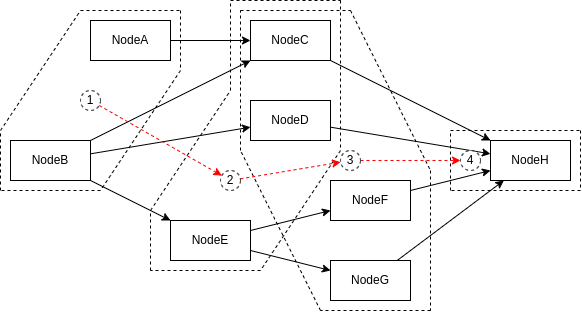
The draw.io diagram docs/images/chain-async.png in feng1st/coframework, before a commit. Source tidied: cells renumbered, new cells last; positions are measured from the earlier drawing's top-left corner, leaving out a move shared by most shapes. The source it was exported from:
```xml
<mxGraphModel>
  <root>
    <mxCell id="0" />
    <mxCell id="1" parent="0" />
    <mxCell id="2" style="edgeStyle=none;jettySize=auto;html=1;rounded=0;" parent="1" edge="1" source="35" target="37">
      <mxGeometry relative="1" as="geometry" />
    </mxCell>
    <mxCell id="3" style="edgeStyle=none;jettySize=auto;html=1;rounded=0;" parent="1" edge="1" source="36" target="37">
      <mxGeometry relative="1" as="geometry" />
    </mxCell>
    <mxCell id="4" style="edgeStyle=none;jettySize=auto;html=1;rounded=0;" parent="1" edge="1" source="36" target="38">
      <mxGeometry relative="1" as="geometry" />
    </mxCell>
    <mxCell id="5" style="edgeStyle=none;jettySize=auto;html=1;rounded=0;" parent="1" edge="1" source="36" target="39">
      <mxGeometry relative="1" as="geometry" />
    </mxCell>
    <mxCell id="6" style="edgeStyle=none;jettySize=auto;html=1;rounded=0;" parent="1" edge="1" source="39" target="41">
      <mxGeometry relative="1" as="geometry" />
    </mxCell>
    <mxCell id="7" style="edgeStyle=none;jettySize=auto;html=1;rounded=0;" parent="1" edge="1" source="37" target="42">
      <mxGeometry relative="1" as="geometry" />
    </mxCell>
    <mxCell id="8" style="edgeStyle=none;jettySize=auto;html=1;rounded=0;" parent="1" edge="1" source="38" target="42">
      <mxGeometry relative="1" as="geometry" />
    </mxCell>
    <mxCell id="9" style="edgeStyle=none;jettySize=auto;html=1;rounded=0;" parent="1" edge="1" source="40" target="42">
      <mxGeometry relative="1" as="geometry" />
    </mxCell>
    <mxCell id="10" style="edgeStyle=none;jettySize=auto;html=1;rounded=0;" parent="1" edge="1" source="41" target="42">
      <mxGeometry relative="1" as="geometry" />
    </mxCell>
    <mxCell id="11" style="endArrow=none;dashed=1;html=1;rounded=0;endFill=0;" parent="1" edge="1">
      <mxGeometry relative="1" as="geometry">
        <mxPoint y="130" as="sourcePoint" />
        <mxPoint x="80" y="10" as="targetPoint" />
      </mxGeometry>
    </mxCell>
    <mxCell id="12" style="endArrow=none;dashed=1;html=1;rounded=0;endFill=0;" parent="1" edge="1">
      <mxGeometry relative="1" as="geometry">
        <mxPoint y="190" as="sourcePoint" />
        <mxPoint y="130" as="targetPoint" />
      </mxGeometry>
    </mxCell>
    <mxCell id="13" style="endArrow=none;dashed=1;html=1;rounded=0;endFill=0;" parent="1" edge="1">
      <mxGeometry relative="1" as="geometry">
        <mxPoint x="100" y="190" as="sourcePoint" />
        <mxPoint y="190" as="targetPoint" />
      </mxGeometry>
    </mxCell>
    <mxCell id="14" style="endArrow=none;dashed=1;html=1;rounded=0;endFill=0;" parent="1" edge="1">
      <mxGeometry relative="1" as="geometry">
        <mxPoint x="180" y="70" as="sourcePoint" />
        <mxPoint x="100" y="190" as="targetPoint" />
      </mxGeometry>
    </mxCell>
    <mxCell id="15" style="endArrow=none;dashed=1;html=1;rounded=0;endFill=0;" parent="1" edge="1">
      <mxGeometry relative="1" as="geometry">
        <mxPoint x="180" y="10" as="sourcePoint" />
        <mxPoint x="180" y="70" as="targetPoint" />
      </mxGeometry>
    </mxCell>
    <mxCell id="16" style="endArrow=none;dashed=1;html=1;rounded=0;endFill=0;" parent="1" edge="1">
      <mxGeometry relative="1" as="geometry">
        <mxPoint x="80" y="10" as="sourcePoint" />
        <mxPoint x="180" y="10" as="targetPoint" />
      </mxGeometry>
    </mxCell>
    <mxCell id="17" style="endArrow=none;dashed=1;html=1;rounded=0;endFill=0;" parent="1" edge="1">
      <mxGeometry relative="1" as="geometry">
        <mxPoint x="230" y="90" as="sourcePoint" />
        <mxPoint x="230" as="targetPoint" />
      </mxGeometry>
    </mxCell>
    <mxCell id="18" style="endArrow=none;dashed=1;html=1;rounded=0;endFill=0;" parent="1" edge="1">
      <mxGeometry relative="1" as="geometry">
        <mxPoint x="150" y="270" as="sourcePoint" />
        <mxPoint x="150" y="210" as="targetPoint" />
      </mxGeometry>
    </mxCell>
    <mxCell id="19" style="endArrow=none;dashed=1;html=1;rounded=0;endFill=0;" parent="1" edge="1">
      <mxGeometry relative="1" as="geometry">
        <mxPoint x="260" y="270" as="sourcePoint" />
        <mxPoint x="150" y="270" as="targetPoint" />
      </mxGeometry>
    </mxCell>
    <mxCell id="20" style="endArrow=none;dashed=1;html=1;rounded=0;endFill=0;" parent="1" edge="1">
      <mxGeometry relative="1" as="geometry">
        <mxPoint x="340" y="150" as="sourcePoint" />
        <mxPoint x="260" y="270" as="targetPoint" />
      </mxGeometry>
    </mxCell>
    <mxCell id="21" style="endArrow=none;dashed=1;html=1;rounded=0;endFill=0;" parent="1" edge="1">
      <mxGeometry relative="1" as="geometry">
        <mxPoint x="340" as="sourcePoint" />
        <mxPoint x="340" y="150" as="targetPoint" />
      </mxGeometry>
    </mxCell>
    <mxCell id="22" style="endArrow=none;dashed=1;html=1;rounded=0;endFill=0;" parent="1" edge="1">
      <mxGeometry relative="1" as="geometry">
        <mxPoint x="230" as="sourcePoint" />
        <mxPoint x="340" as="targetPoint" />
      </mxGeometry>
    </mxCell>
    <mxCell id="23" style="endArrow=none;dashed=1;html=1;rounded=0;endFill=0;" parent="1" edge="1">
      <mxGeometry relative="1" as="geometry">
        <mxPoint x="240" y="10" as="sourcePoint" />
        <mxPoint x="350" y="10" as="targetPoint" />
      </mxGeometry>
    </mxCell>
    <mxCell id="24" style="endArrow=none;dashed=1;html=1;rounded=0;endFill=0;" parent="1" edge="1">
      <mxGeometry relative="1" as="geometry">
        <mxPoint x="240" y="150" as="sourcePoint" />
        <mxPoint x="240" y="10" as="targetPoint" />
      </mxGeometry>
    </mxCell>
    <mxCell id="25" style="endArrow=none;dashed=1;html=1;rounded=0;endFill=0;" parent="1" edge="1">
      <mxGeometry relative="1" as="geometry">
        <mxPoint x="150" y="210" as="sourcePoint" />
        <mxPoint x="230" y="90" as="targetPoint" />
      </mxGeometry>
    </mxCell>
    <mxCell id="26" style="endArrow=none;dashed=1;html=1;rounded=0;endFill=0;" parent="1" edge="1">
      <mxGeometry relative="1" as="geometry">
        <mxPoint x="430" y="310" as="sourcePoint" />
        <mxPoint x="320" y="310" as="targetPoint" />
      </mxGeometry>
    </mxCell>
    <mxCell id="27" style="endArrow=none;dashed=1;html=1;rounded=0;endFill=0;" parent="1" edge="1">
      <mxGeometry relative="1" as="geometry">
        <mxPoint x="430" y="170" as="sourcePoint" />
        <mxPoint x="430" y="310" as="targetPoint" />
      </mxGeometry>
    </mxCell>
    <mxCell id="28" style="endArrow=none;dashed=1;html=1;rounded=0;endFill=0;" parent="1" edge="1">
      <mxGeometry relative="1" as="geometry">
        <mxPoint x="320" y="310" as="sourcePoint" />
        <mxPoint x="240" y="150" as="targetPoint" />
      </mxGeometry>
    </mxCell>
    <mxCell id="29" style="endArrow=none;dashed=1;html=1;rounded=0;endFill=0;" parent="1" edge="1">
      <mxGeometry relative="1" as="geometry">
        <mxPoint x="350" y="10" as="sourcePoint" />
        <mxPoint x="430" y="170" as="targetPoint" />
      </mxGeometry>
    </mxCell>
    <mxCell id="30" style="edgeStyle=none;jettySize=auto;html=1;rounded=0;" parent="1" edge="1" source="39" target="40">
      <mxGeometry relative="1" as="geometry" />
    </mxCell>
    <mxCell id="31" style="endArrow=none;dashed=1;html=1;rounded=0;endFill=0;" parent="1" edge="1">
      <mxGeometry relative="1" as="geometry">
        <mxPoint x="450" y="130" as="sourcePoint" />
        <mxPoint x="580" y="130" as="targetPoint" />
      </mxGeometry>
    </mxCell>
    <mxCell id="32" style="endArrow=none;dashed=1;html=1;rounded=0;endFill=0;" parent="1" edge="1">
      <mxGeometry relative="1" as="geometry">
        <mxPoint x="450" y="190" as="sourcePoint" />
        <mxPoint x="450" y="130" as="targetPoint" />
      </mxGeometry>
    </mxCell>
    <mxCell id="33" style="endArrow=none;dashed=1;html=1;rounded=0;endFill=0;" parent="1" edge="1">
      <mxGeometry relative="1" as="geometry">
        <mxPoint x="580" y="190" as="sourcePoint" />
        <mxPoint x="450" y="190" as="targetPoint" />
      </mxGeometry>
    </mxCell>
    <mxCell id="34" style="endArrow=none;dashed=1;html=1;rounded=0;endFill=0;" parent="1" edge="1">
      <mxGeometry relative="1" as="geometry">
        <mxPoint x="580" y="130" as="sourcePoint" />
        <mxPoint x="580" y="190" as="targetPoint" />
      </mxGeometry>
    </mxCell>
    <mxCell id="35" value="NodeA" style="rounded=0;whiteSpace=wrap;html=1;" parent="1" vertex="1">
      <mxGeometry x="90" y="20" width="80" height="40" as="geometry" />
    </mxCell>
    <mxCell id="36" value="NodeB" style="rounded=0;whiteSpace=wrap;html=1;" parent="1" vertex="1">
      <mxGeometry x="10" y="140" width="80" height="40" as="geometry" />
    </mxCell>
    <mxCell id="37" value="NodeC" style="rounded=0;whiteSpace=wrap;html=1;" parent="1" vertex="1">
      <mxGeometry x="250" y="20" width="80" height="40" as="geometry" />
    </mxCell>
    <mxCell id="38" value="NodeD" style="rounded=0;whiteSpace=wrap;html=1;" parent="1" vertex="1">
      <mxGeometry x="250" y="100" width="80" height="40" as="geometry" />
    </mxCell>
    <mxCell id="39" value="NodeE" style="rounded=0;whiteSpace=wrap;html=1;" parent="1" vertex="1">
      <mxGeometry x="170" y="220" width="80" height="40" as="geometry" />
    </mxCell>
    <mxCell id="40" value="NodeF" style="rounded=0;whiteSpace=wrap;html=1;" parent="1" vertex="1">
      <mxGeometry x="330" y="180" width="80" height="40" as="geometry" />
    </mxCell>
    <mxCell id="41" value="NodeG" style="rounded=0;whiteSpace=wrap;html=1;" parent="1" vertex="1">
      <mxGeometry x="330" y="260" width="80" height="40" as="geometry" />
    </mxCell>
    <mxCell id="42" value="NodeH" style="rounded=0;whiteSpace=wrap;html=1;" parent="1" vertex="1">
      <mxGeometry x="490" y="140" width="80" height="40" as="geometry" />
    </mxCell>
    <mxCell id="43" style="edgeStyle=none;jettySize=auto;html=1;rounded=0;dashed=1;strokeColor=#FF0000;" parent="1" edge="1" source="46" target="47">
      <mxGeometry relative="1" as="geometry" />
    </mxCell>
    <mxCell id="44" style="edgeStyle=none;jettySize=auto;html=1;rounded=0;dashed=1;strokeColor=#FF0000;" parent="1" edge="1" source="47" target="48">
      <mxGeometry relative="1" as="geometry" />
    </mxCell>
    <mxCell id="45" style="edgeStyle=none;jettySize=auto;html=1;rounded=0;dashed=1;strokeColor=#FF0000;" parent="1" edge="1" source="48" target="49">
      <mxGeometry relative="1" as="geometry" />
    </mxCell>
    <mxCell id="46" value="1" style="ellipse;whiteSpace=wrap;html=1;dashed=1;" parent="1" vertex="1">
      <mxGeometry x="80" y="90" width="20" height="20" as="geometry" />
    </mxCell>
    <mxCell id="47" value="2" style="ellipse;whiteSpace=wrap;html=1;dashed=1;" parent="1" vertex="1">
      <mxGeometry x="220" y="170" width="20" height="20" as="geometry" />
    </mxCell>
    <mxCell id="48" value="3" style="ellipse;whiteSpace=wrap;html=1;dashed=1;" parent="1" vertex="1">
      <mxGeometry x="340" y="150" width="20" height="20" as="geometry" />
    </mxCell>
    <mxCell id="49" value="4" style="ellipse;whiteSpace=wrap;html=1;dashed=1;" parent="1" vertex="1">
      <mxGeometry x="460" y="150" width="20" height="20" as="geometry" />
    </mxCell>
  </root>
</mxGraphModel>
```
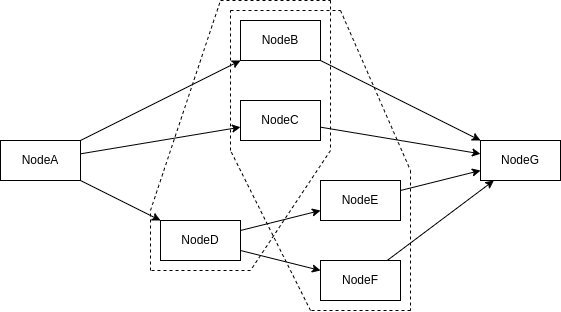
The same file after the commit.

Diff of the diagram source:
```diff
@@ -2,9 +2,6 @@
   <root>
     <mxCell id="0" />
     <mxCell id="1" parent="0" />
-    <mxCell id="2" style="edgeStyle=none;jettySize=auto;html=1;rounded=0;" parent="1" edge="1" source="35" target="37">
-      <mxGeometry relative="1" as="geometry" />
-    </mxCell>
     <mxCell id="3" style="edgeStyle=none;jettySize=auto;html=1;rounded=0;" parent="1" edge="1" source="36" target="37">
       <mxGeometry relative="1" as="geometry" />
     </mxCell>
@@ -29,58 +26,16 @@
     <mxCell id="10" style="edgeStyle=none;jettySize=auto;html=1;rounded=0;" parent="1" edge="1" source="41" target="42">
       <mxGeometry relative="1" as="geometry" />
     </mxCell>
-    <mxCell id="11" style="endArrow=none;dashed=1;html=1;rounded=0;endFill=0;" parent="1" edge="1">
-      <mxGeometry relative="1" as="geometry">
-        <mxPoint y="130" as="sourcePoint" />
-        <mxPoint x="80" y="10" as="targetPoint" />
-      </mxGeometry>
-    </mxCell>
-    <mxCell id="12" style="endArrow=none;dashed=1;html=1;rounded=0;endFill=0;" parent="1" edge="1">
-      <mxGeometry relative="1" as="geometry">
-        <mxPoint y="190" as="sourcePoint" />
-        <mxPoint y="130" as="targetPoint" />
-      </mxGeometry>
-    </mxCell>
-    <mxCell id="13" style="endArrow=none;dashed=1;html=1;rounded=0;endFill=0;" parent="1" edge="1">
-      <mxGeometry relative="1" as="geometry">
-        <mxPoint x="100" y="190" as="sourcePoint" />
-        <mxPoint y="190" as="targetPoint" />
-      </mxGeometry>
-    </mxCell>
-    <mxCell id="14" style="endArrow=none;dashed=1;html=1;rounded=0;endFill=0;" parent="1" edge="1">
-      <mxGeometry relative="1" as="geometry">
-        <mxPoint x="180" y="70" as="sourcePoint" />
-        <mxPoint x="100" y="190" as="targetPoint" />
-      </mxGeometry>
-    </mxCell>
-    <mxCell id="15" style="endArrow=none;dashed=1;html=1;rounded=0;endFill=0;" parent="1" edge="1">
-      <mxGeometry relative="1" as="geometry">
-        <mxPoint x="180" y="10" as="sourcePoint" />
-        <mxPoint x="180" y="70" as="targetPoint" />
-      </mxGeometry>
-    </mxCell>
-    <mxCell id="16" style="endArrow=none;dashed=1;html=1;rounded=0;endFill=0;" parent="1" edge="1">
-      <mxGeometry relative="1" as="geometry">
-        <mxPoint x="80" y="10" as="sourcePoint" />
-        <mxPoint x="180" y="10" as="targetPoint" />
-      </mxGeometry>
-    </mxCell>
-    <mxCell id="17" style="endArrow=none;dashed=1;html=1;rounded=0;endFill=0;" parent="1" edge="1">
-      <mxGeometry relative="1" as="geometry">
-        <mxPoint x="230" y="90" as="sourcePoint" />
-        <mxPoint x="230" as="targetPoint" />
-      </mxGeometry>
-    </mxCell>
     <mxCell id="18" style="endArrow=none;dashed=1;html=1;rounded=0;endFill=0;" parent="1" edge="1">
       <mxGeometry relative="1" as="geometry">
-        <mxPoint x="150" y="270" as="sourcePoint" />
-        <mxPoint x="150" y="210" as="targetPoint" />
+        <mxPoint x="160" y="270" as="sourcePoint" />
+        <mxPoint x="160" y="210" as="targetPoint" />
       </mxGeometry>
     </mxCell>
     <mxCell id="19" style="endArrow=none;dashed=1;html=1;rounded=0;endFill=0;" parent="1" edge="1">
       <mxGeometry relative="1" as="geometry">
         <mxPoint x="260" y="270" as="sourcePoint" />
-        <mxPoint x="150" y="270" as="targetPoint" />
+        <mxPoint x="160" y="270" as="targetPoint" />
       </mxGeometry>
     </mxCell>
     <mxCell id="20" style="endArrow=none;dashed=1;html=1;rounded=0;endFill=0;" parent="1" edge="1">
@@ -115,20 +70,20 @@
     </mxCell>
     <mxCell id="25" style="endArrow=none;dashed=1;html=1;rounded=0;endFill=0;" parent="1" edge="1">
       <mxGeometry relative="1" as="geometry">
-        <mxPoint x="150" y="210" as="sourcePoint" />
-        <mxPoint x="230" y="90" as="targetPoint" />
+        <mxPoint x="160" y="210" as="sourcePoint" />
+        <mxPoint x="230" as="targetPoint" />
       </mxGeometry>
     </mxCell>
     <mxCell id="26" style="endArrow=none;dashed=1;html=1;rounded=0;endFill=0;" parent="1" edge="1">
       <mxGeometry relative="1" as="geometry">
-        <mxPoint x="430" y="310" as="sourcePoint" />
+        <mxPoint x="420" y="310" as="sourcePoint" />
         <mxPoint x="320" y="310" as="targetPoint" />
       </mxGeometry>
     </mxCell>
     <mxCell id="27" style="endArrow=none;dashed=1;html=1;rounded=0;endFill=0;" parent="1" edge="1">
       <mxGeometry relative="1" as="geometry">
-        <mxPoint x="430" y="170" as="sourcePoint" />
-        <mxPoint x="430" y="310" as="targetPoint" />
+        <mxPoint x="420" y="170" as="sourcePoint" />
+        <mxPoint x="420" y="310" as="targetPoint" />
       </mxGeometry>
     </mxCell>
     <mxCell id="28" style="endArrow=none;dashed=1;html=1;rounded=0;endFill=0;" parent="1" edge="1">
@@ -140,80 +95,32 @@
     <mxCell id="29" style="endArrow=none;dashed=1;html=1;rounded=0;endFill=0;" parent="1" edge="1">
       <mxGeometry relative="1" as="geometry">
         <mxPoint x="350" y="10" as="sourcePoint" />
-        <mxPoint x="430" y="170" as="targetPoint" />
+        <mxPoint x="420" y="170" as="targetPoint" />
       </mxGeometry>
     </mxCell>
     <mxCell id="30" style="edgeStyle=none;jettySize=auto;html=1;rounded=0;" parent="1" edge="1" source="39" target="40">
       <mxGeometry relative="1" as="geometry" />
     </mxCell>
-    <mxCell id="31" style="endArrow=none;dashed=1;html=1;rounded=0;endFill=0;" parent="1" edge="1">
-      <mxGeometry relative="1" as="geometry">
-        <mxPoint x="450" y="130" as="sourcePoint" />
-        <mxPoint x="580" y="130" as="targetPoint" />
-      </mxGeometry>
-    </mxCell>
-    <mxCell id="32" style="endArrow=none;dashed=1;html=1;rounded=0;endFill=0;" parent="1" edge="1">
-      <mxGeometry relative="1" as="geometry">
-        <mxPoint x="450" y="190" as="sourcePoint" />
-        <mxPoint x="450" y="130" as="targetPoint" />
-      </mxGeometry>
-    </mxCell>
-    <mxCell id="33" style="endArrow=none;dashed=1;html=1;rounded=0;endFill=0;" parent="1" edge="1">
-      <mxGeometry relative="1" as="geometry">
-        <mxPoint x="580" y="190" as="sourcePoint" />
-        <mxPoint x="450" y="190" as="targetPoint" />
-      </mxGeometry>
-    </mxCell>
-    <mxCell id="34" style="endArrow=none;dashed=1;html=1;rounded=0;endFill=0;" parent="1" edge="1">
-      <mxGeometry relative="1" as="geometry">
-        <mxPoint x="580" y="130" as="sourcePoint" />
-        <mxPoint x="580" y="190" as="targetPoint" />
-      </mxGeometry>
-    </mxCell>
-    <mxCell id="35" value="NodeA" style="rounded=0;whiteSpace=wrap;html=1;" parent="1" vertex="1">
-      <mxGeometry x="90" y="20" width="80" height="40" as="geometry" />
-    </mxCell>
-    <mxCell id="36" value="NodeB" style="rounded=0;whiteSpace=wrap;html=1;" parent="1" vertex="1">
+    <mxCell id="36" value="NodeA" style="rounded=0;whiteSpace=wrap;html=1;" parent="1" vertex="1">
       <mxGeometry x="10" y="140" width="80" height="40" as="geometry" />
     </mxCell>
-    <mxCell id="37" value="NodeC" style="rounded=0;whiteSpace=wrap;html=1;" parent="1" vertex="1">
+    <mxCell id="37" value="NodeB" style="rounded=0;whiteSpace=wrap;html=1;" parent="1" vertex="1">
       <mxGeometry x="250" y="20" width="80" height="40" as="geometry" />
     </mxCell>
-    <mxCell id="38" value="NodeD" style="rounded=0;whiteSpace=wrap;html=1;" parent="1" vertex="1">
+    <mxCell id="38" value="NodeC" style="rounded=0;whiteSpace=wrap;html=1;" parent="1" vertex="1">
       <mxGeometry x="250" y="100" width="80" height="40" as="geometry" />
     </mxCell>
-    <mxCell id="39" value="NodeE" style="rounded=0;whiteSpace=wrap;html=1;" parent="1" vertex="1">
+    <mxCell id="39" value="NodeD" style="rounded=0;whiteSpace=wrap;html=1;" parent="1" vertex="1">
       <mxGeometry x="170" y="220" width="80" height="40" as="geometry" />
     </mxCell>
-    <mxCell id="40" value="NodeF" style="rounded=0;whiteSpace=wrap;html=1;" parent="1" vertex="1">
+    <mxCell id="40" value="NodeE" style="rounded=0;whiteSpace=wrap;html=1;" parent="1" vertex="1">
       <mxGeometry x="330" y="180" width="80" height="40" as="geometry" />
     </mxCell>
-    <mxCell id="41" value="NodeG" style="rounded=0;whiteSpace=wrap;html=1;" parent="1" vertex="1">
+    <mxCell id="41" value="NodeF" style="rounded=0;whiteSpace=wrap;html=1;" parent="1" vertex="1">
       <mxGeometry x="330" y="260" width="80" height="40" as="geometry" />
     </mxCell>
-    <mxCell id="42" value="NodeH" style="rounded=0;whiteSpace=wrap;html=1;" parent="1" vertex="1">
+    <mxCell id="42" value="NodeG" style="rounded=0;whiteSpace=wrap;html=1;" parent="1" vertex="1">
       <mxGeometry x="490" y="140" width="80" height="40" as="geometry" />
     </mxCell>
-    <mxCell id="43" style="edgeStyle=none;jettySize=auto;html=1;rounded=0;dashed=1;strokeColor=#FF0000;" parent="1" edge="1" source="46" target="47">
-      <mxGeometry relative="1" as="geometry" />
-    </mxCell>
-    <mxCell id="44" style="edgeStyle=none;jettySize=auto;html=1;rounded=0;dashed=1;strokeColor=#FF0000;" parent="1" edge="1" source="47" target="48">
-      <mxGeometry relative="1" as="geometry" />
-    </mxCell>
-    <mxCell id="45" style="edgeStyle=none;jettySize=auto;html=1;rounded=0;dashed=1;strokeColor=#FF0000;" parent="1" edge="1" source="48" target="49">
-      <mxGeometry relative="1" as="geometry" />
-    </mxCell>
-    <mxCell id="46" value="1" style="ellipse;whiteSpace=wrap;html=1;dashed=1;" parent="1" vertex="1">
-      <mxGeometry x="80" y="90" width="20" height="20" as="geometry" />
-    </mxCell>
-    <mxCell id="47" value="2" style="ellipse;whiteSpace=wrap;html=1;dashed=1;" parent="1" vertex="1">
-      <mxGeometry x="220" y="170" width="20" height="20" as="geometry" />
-    </mxCell>
-    <mxCell id="48" value="3" style="ellipse;whiteSpace=wrap;html=1;dashed=1;" parent="1" vertex="1">
-      <mxGeometry x="340" y="150" width="20" height="20" as="geometry" />
-    </mxCell>
-    <mxCell id="49" value="4" style="ellipse;whiteSpace=wrap;html=1;dashed=1;" parent="1" vertex="1">
-      <mxGeometry x="460" y="150" width="20" height="20" as="geometry" />
-    </mxCell>
   </root>
 </mxGraphModel>
```
